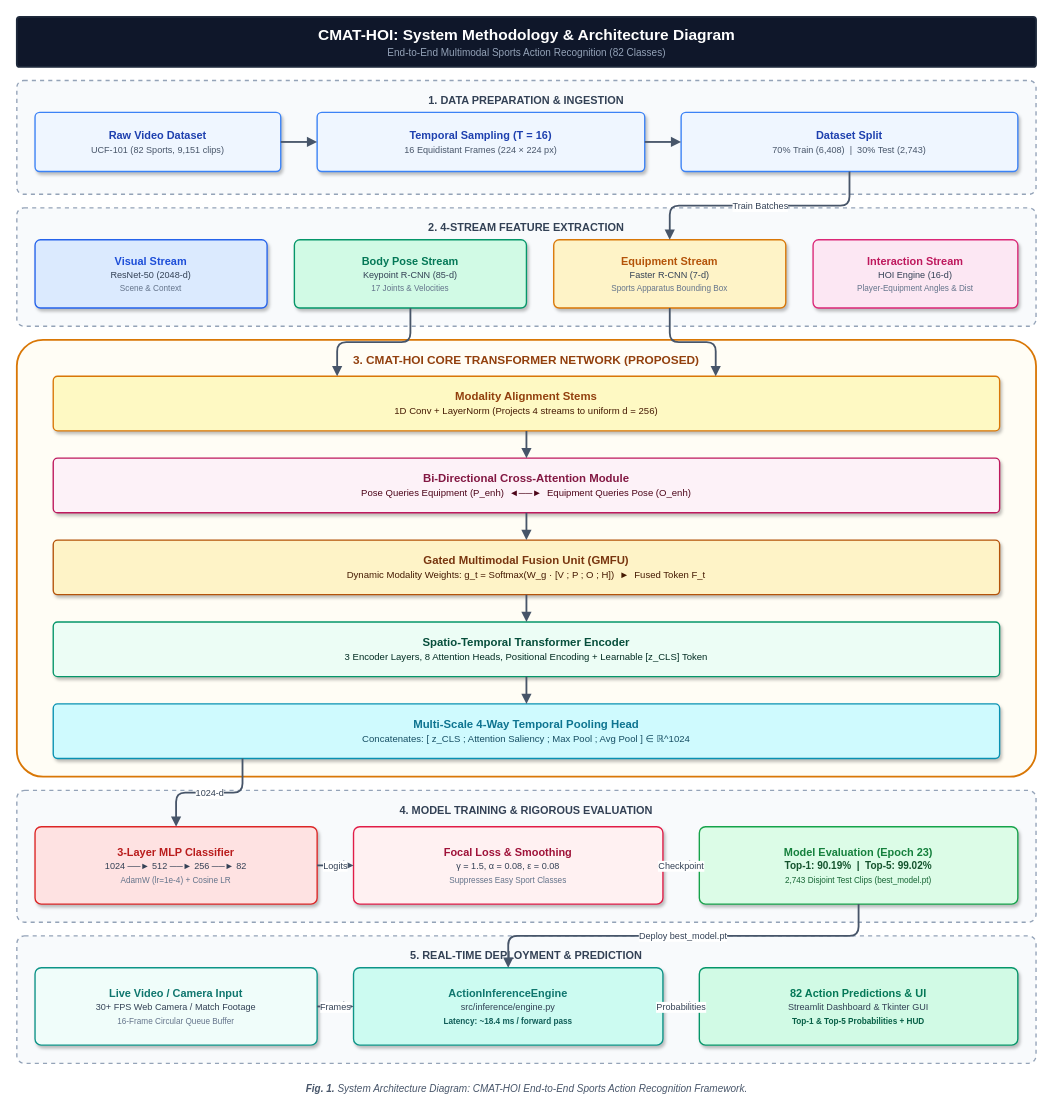
The draw.io diagram diagrams/M7/CMAT_HOI_Methodology_Architecture.drawio in angkon101/Sport-Action-Detection, before the edit. Source tidied: cells renumbered, new cells numbered last; positions are measured from the earlier drawing's top-left corner, leaving out a move shared by most shapes. Both pictures are drawn from the tidied source at 91%, with x=0, y=0 at pixel (16, 16).
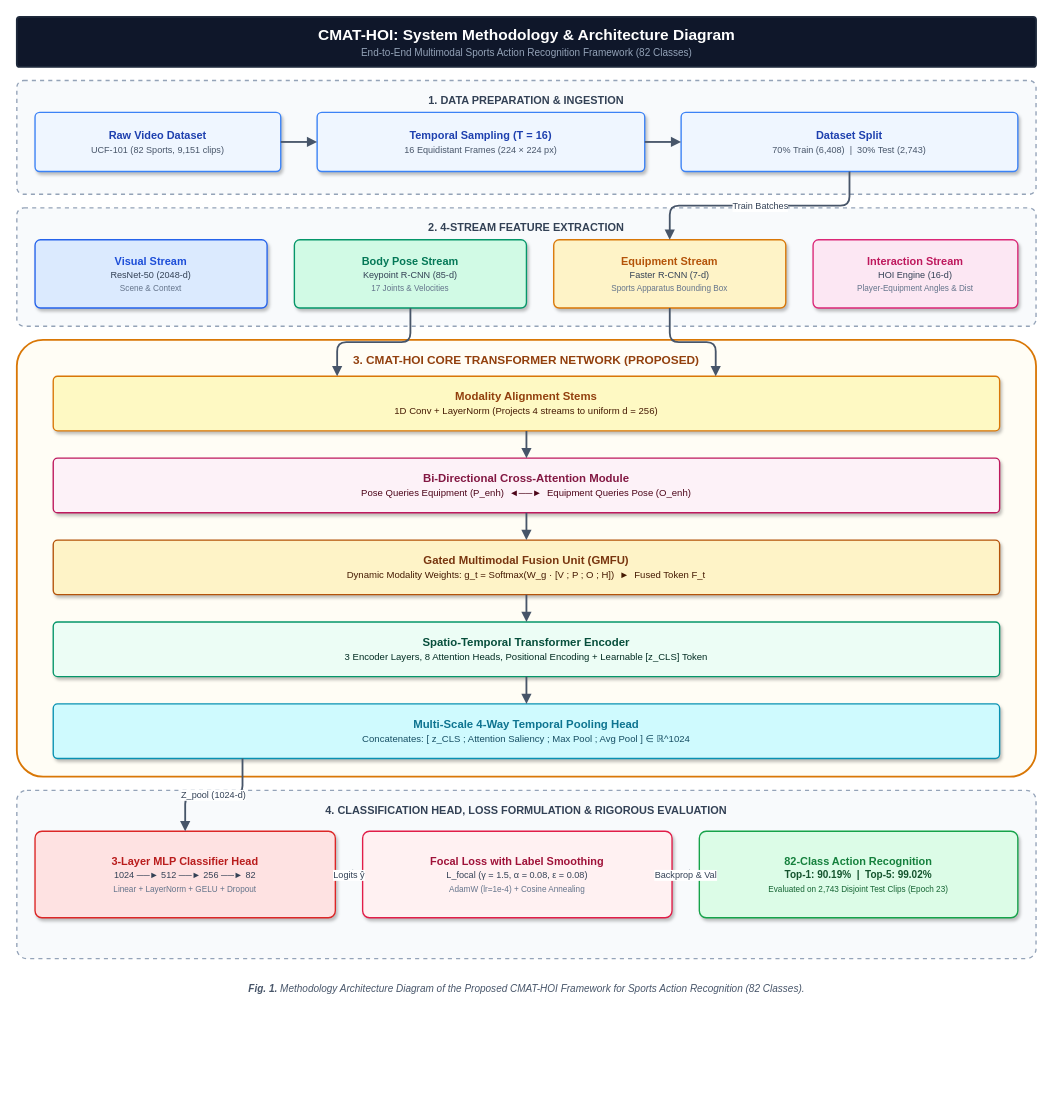
After the change.

Commit message (it also covers changes not shown here):
refactor(diagram): remove deployment stage to focus strictly on core methodology architecture

Unchanged cells that the change refers to:
```xml
<mxCell id="20" value="&lt;b style='font-size:12.5px; color:#0E7490;'&gt;Multi-Scale 4-Way Temporal Pooling Head&lt;/b&gt;&lt;br&gt;&lt;span style='font-size:10.5px; color:#164E63;'&gt;Concatenates: [ z_CLS ; Attention Saliency ; Max Pool ; Avg Pool ] ∈ ℝ^1024&lt;/span&gt;" style="rounded=1;arcSize=8;whiteSpace=wrap;html=1;strokeWidth=1.5;align=center;verticalAlign=middle;shadow=1;fillColor=#CFFAFE;strokeColor=#0891B2;" parent="1" vertex="1">
  <mxGeometry x="40" y="755" width="1040" height="60" as="geometry" />
</mxCell>
```

What changed in the source:
```diff
@@
-    <mxCell id="2" value="&lt;b style='font-size: 17px; color: #FFFFFF;'&gt;CMAT-HOI: System Methodology &amp;amp; Architecture Diagram&lt;/b&gt;&lt;br&gt;&lt;span style='font-size: 11px; color: #94A3B8;'&gt;End-to-End Multimodal Sports Action Recognition (82 Classes)&lt;/span&gt;" style="rounded=1;arcSize=6;fillColor=#0F172A;strokeColor=#1E293B;strokeWidth=2;html=1;align=center;verticalAlign=middle;" parent="1" vertex="1">
+    <mxCell id="2" value="&lt;b style='font-size: 17px; color: #FFFFFF;'&gt;CMAT-HOI: System Methodology &amp;amp; Architecture Diagram&lt;/b&gt;&lt;br&gt;&lt;span style='font-size: 11px; color: #94A3B8;'&gt;End-to-End Multimodal Sports Action Recognition Framework (82 Classes)&lt;/span&gt;" style="rounded=1;arcSize=6;fillColor=#0F172A;strokeColor=#1E293B;strokeWidth=2;html=1;align=center;verticalAlign=middle;" parent="1" vertex="1">
       <mxGeometry width="1120" height="55" as="geometry" />
     </mxCell>
@@
-    <mxCell id="27" value="&lt;b&gt;4. MODEL TRAINING &amp;amp; RIGOROUS EVALUATION&lt;/b&gt;" style="rounded=1;arcSize=6;whiteSpace=wrap;html=1;fillColor=#F8FAFC;strokeColor=#94A3B8;strokeWidth=1.5;dashed=1;verticalAlign=top;spacingTop=8;fontStyle=1;fontSize=12;fontColor=#334155;" parent="1" vertex="1">
-      <mxGeometry y="850" width="1120" height="145" as="geometry" />
+    <mxCell id="27" value="&lt;b&gt;4. CLASSIFICATION HEAD, LOSS FORMULATION &amp;amp; RIGOROUS EVALUATION&lt;/b&gt;" style="rounded=1;arcSize=6;whiteSpace=wrap;html=1;fillColor=#F8FAFC;strokeColor=#94A3B8;strokeWidth=1.5;dashed=1;verticalAlign=top;spacingTop=8;fontStyle=1;fontSize=12;fontColor=#334155;" parent="1" vertex="1">
+      <mxGeometry y="850" width="1120" height="185" as="geometry" />
     </mxCell>
-    <mxCell id="28" value="&lt;b style='font-size:12px; color:#B91C1C;'&gt;3-Layer MLP Classifier&lt;/b&gt;&lt;br&gt;&lt;span style='font-size:10px; color:#334155;'&gt;1024 ──► 512 ──► 256 ──► 82&lt;/span&gt;&lt;br&gt;&lt;font style='font-size:9px; color:#64748B;'&gt;AdamW (lr=1e-4) + Cosine LR&lt;/font&gt;" style="rounded=1;arcSize=8;whiteSpace=wrap;html=1;strokeWidth=1.5;align=center;verticalAlign=middle;shadow=1;fillColor=#FEE2E2;strokeColor=#DC2626;" parent="1" vertex="1">
-      <mxGeometry x="20" y="890" width="310" height="85" as="geometry" />
+    <mxCell id="28" value="&lt;b style='font-size:12px; color:#B91C1C;'&gt;3-Layer MLP Classifier Head&lt;/b&gt;&lt;br&gt;&lt;span style='font-size:10px; color:#334155;'&gt;1024 ──► 512 ──► 256 ──► 82&lt;/span&gt;&lt;br&gt;&lt;font style='font-size:9px; color:#64748B;'&gt;Linear + LayerNorm + GELU + Dropout&lt;/font&gt;" style="rounded=1;arcSize=8;whiteSpace=wrap;html=1;strokeWidth=1.5;align=center;verticalAlign=middle;shadow=1;fillColor=#FEE2E2;strokeColor=#DC2626;" parent="1" vertex="1">
+      <mxGeometry x="20" y="895" width="330" height="95" as="geometry" />
     </mxCell>
-    <mxCell id="29" value="&lt;b style='font-size:12px; color:#9F1239;'&gt;Focal Loss &amp;amp; Smoothing&lt;/b&gt;&lt;br&gt;&lt;span style='font-size:10px; color:#334155;'&gt;γ = 1.5, α = 0.08, ε = 0.08&lt;/span&gt;&lt;br&gt;&lt;font style='font-size:9px; color:#64748B;'&gt;Suppresses Easy Sport Classes&lt;/font&gt;" style="rounded=1;arcSize=8;whiteSpace=wrap;html=1;strokeWidth=1.5;align=center;verticalAlign=middle;shadow=1;fillColor=#FFF1F2;strokeColor=#E11D48;" parent="1" vertex="1">
-      <mxGeometry x="370" y="890" width="340" height="85" as="geometry" />
+    <mxCell id="29" value="&lt;b style='font-size:12px; color:#9F1239;'&gt;Focal Loss with Label Smoothing&lt;/b&gt;&lt;br&gt;&lt;span style='font-size:10px; color:#334155;'&gt;L_focal (γ = 1.5, α = 0.08, ε = 0.08)&lt;/span&gt;&lt;br&gt;&lt;font style='font-size:9px; color:#64748B;'&gt;AdamW (lr=1e-4) + Cosine Annealing&lt;/font&gt;" style="rounded=1;arcSize=8;whiteSpace=wrap;html=1;strokeWidth=1.5;align=center;verticalAlign=middle;shadow=1;fillColor=#FFF1F2;strokeColor=#E11D48;" parent="1" vertex="1">
+      <mxGeometry x="380" y="895" width="340" height="95" as="geometry" />
     </mxCell>
-    <mxCell id="30" value="&lt;b style='font-size:12px; color:#15803D;'&gt;Model Evaluation (Epoch 23)&lt;/b&gt;&lt;br&gt;&lt;span style='font-size:11px; font-weight:bold; color:#14532D;'&gt;Top-1: 90.19% &amp;nbsp;|&amp;nbsp; Top-5: 99.02%&lt;/span&gt;&lt;br&gt;&lt;font style='font-size:9px; color:#166534;'&gt;2,743 Disjoint Test Clips (best_model.pt)&lt;/font&gt;" style="rounded=1;arcSize=8;whiteSpace=wrap;html=1;strokeWidth=1.5;align=center;verticalAlign=middle;shadow=1;fillColor=#DCFCE7;strokeColor=#16A34A;" parent="1" vertex="1">
-      <mxGeometry x="750" y="890" width="350" height="85" as="geometry" />
+    <mxCell id="30" value="&lt;b style='font-size:12px; color:#15803D;'&gt;82-Class Action Recognition&lt;/b&gt;&lt;br&gt;&lt;span style='font-size:11px; font-weight:bold; color:#14532D;'&gt;Top-1: 90.19% &amp;nbsp;|&amp;nbsp; Top-5: 99.02%&lt;/span&gt;&lt;br&gt;&lt;font style='font-size:9px; color:#166534;'&gt;Evaluated on 2,743 Disjoint Test Clips (Epoch 23)&lt;/font&gt;" style="rounded=1;arcSize=8;whiteSpace=wrap;html=1;strokeWidth=1.5;align=center;verticalAlign=middle;shadow=1;fillColor=#DCFCE7;strokeColor=#16A34A;" parent="1" vertex="1">
+      <mxGeometry x="750" y="895" width="350" height="95" as="geometry" />
     </mxCell>
-    <mxCell id="31" value="1024-d" style="edgeStyle=orthogonalEdgeStyle;rounded=1;jettySize=auto;html=1;strokeColor=#475569;strokeWidth=2;endArrow=block;endFill=1;fontSize=10;fontColor=#334155;exitX=0.2;exitY=1.0;exitDx=0;exitDy=0;entryX=0.5;entryY=0.0;entryDx=0;entryDy=0;" parent="1" edge="1" source="20" target="28">
+    <mxCell id="31" value="Z_pool (1024-d)" style="edgeStyle=orthogonalEdgeStyle;rounded=1;jettySize=auto;html=1;strokeColor=#475569;strokeWidth=2;endArrow=block;endFill=1;fontSize=10;fontColor=#334155;exitX=0.2;exitY=1.0;exitDx=0;exitDy=0;entryX=0.5;entryY=0.0;entryDx=0;entryDy=0;" parent="1" edge="1" source="20" target="28">
       <mxGeometry relative="1" as="geometry" />
     </mxCell>
-    <mxCell id="32" value="Logits" style="edgeStyle=orthogonalEdgeStyle;rounded=1;jettySize=auto;html=1;strokeColor=#475569;strokeWidth=2;endArrow=block;endFill=1;fontSize=10;fontColor=#334155;" parent="1" edge="1" source="28" target="29">
+    <mxCell id="32" value="Logits ŷ" style="edgeStyle=orthogonalEdgeStyle;rounded=1;jettySize=auto;html=1;strokeColor=#475569;strokeWidth=2;endArrow=block;endFill=1;fontSize=10;fontColor=#334155;" parent="1" edge="1" source="28" target="29">
       <mxGeometry relative="1" as="geometry" />
     </mxCell>
-    <mxCell id="33" value="Checkpoint" style="edgeStyle=orthogonalEdgeStyle;rounded=1;jettySize=auto;html=1;strokeColor=#475569;strokeWidth=2;endArrow=block;endFill=1;fontSize=10;fontColor=#334155;" parent="1" edge="1" source="29" target="30">
+    <mxCell id="33" value="Backprop &amp; Val" style="edgeStyle=orthogonalEdgeStyle;rounded=1;jettySize=auto;html=1;strokeColor=#475569;strokeWidth=2;endArrow=block;endFill=1;fontSize=10;fontColor=#334155;" parent="1" edge="1" source="29" target="30">
       <mxGeometry relative="1" as="geometry" />
     </mxCell>
-    <mxCell id="34" value="&lt;b&gt;5. REAL-TIME DEPLOYMENT &amp;amp; PREDICTION&lt;/b&gt;" style="rounded=1;arcSize=6;whiteSpace=wrap;html=1;fillColor=#F8FAFC;strokeColor=#94A3B8;strokeWidth=1.5;dashed=1;verticalAlign=top;spacingTop=8;fontStyle=1;fontSize=12;fontColor=#334155;" parent="1" vertex="1">
-      <mxGeometry y="1010" width="1120" height="140" as="geometry" />
-    </mxCell>
-    <mxCell id="35" value="&lt;b style='font-size:12px; color:#0F766E;'&gt;Live Video / Camera Input&lt;/b&gt;&lt;br&gt;&lt;span style='font-size:10px; color:#334155;'&gt;30+ FPS Web Camera / Match Footage&lt;/span&gt;&lt;br&gt;&lt;font style='font-size:9px; color:#64748B;'&gt;16-Frame Circular Queue Buffer&lt;/font&gt;" style="rounded=1;arcSize=8;whiteSpace=wrap;html=1;strokeWidth=1.5;align=center;verticalAlign=middle;shadow=1;fillColor=#F0FDFA;strokeColor=#0D9488;" parent="1" vertex="1">
-      <mxGeometry x="20" y="1045" width="310" height="85" as="geometry" />
-    </mxCell>
-    <mxCell id="36" value="&lt;b style='font-size:12px; color:#0F766E;'&gt;ActionInferenceEngine&lt;/b&gt;&lt;br&gt;&lt;span style='font-size:10px; color:#334155;'&gt;src/inference/engine.py&lt;/span&gt;&lt;br&gt;&lt;font style='font-size:9px; color:#115E59; font-weight:bold;'&gt;Latency: ~18.4 ms / forward pass&lt;/font&gt;" style="rounded=1;arcSize=8;whiteSpace=wrap;html=1;strokeWidth=1.5;align=center;verticalAlign=middle;shadow=1;fillColor=#CCFBF1;strokeColor=#0D9488;" parent="1" vertex="1">
-      <mxGeometry x="370" y="1045" width="340" height="85" as="geometry" />
-    </mxCell>
-    <mxCell id="37" value="&lt;b style='font-size:12px; color:#047857;'&gt;82 Action Predictions &amp;amp; UI&lt;/b&gt;&lt;br&gt;&lt;span style='font-size:10px; color:#334155;'&gt;Streamlit Dashboard &amp;amp; Tkinter GUI&lt;/span&gt;&lt;br&gt;&lt;font style='font-size:9px; color:#065F46; font-weight:bold;'&gt;Top-1 &amp;amp; Top-5 Probabilities + HUD&lt;/font&gt;" style="rounded=1;arcSize=8;whiteSpace=wrap;html=1;strokeWidth=1.5;align=center;verticalAlign=middle;shadow=1;fillColor=#D1FAE5;strokeColor=#059669;" parent="1" vertex="1">
-      <mxGeometry x="750" y="1045" width="350" height="85" as="geometry" />
-    </mxCell>
-    <mxCell id="38" value="Deploy best_model.pt" style="edgeStyle=orthogonalEdgeStyle;rounded=1;jettySize=auto;html=1;strokeColor=#475569;strokeWidth=2;endArrow=block;endFill=1;fontSize=10;fontColor=#334155;exitX=0.5;exitY=1.0;exitDx=0;exitDy=0;entryX=0.5;entryY=0.0;entryDx=0;entryDy=0;" parent="1" edge="1" source="30" target="36">
-      <mxGeometry relative="1" as="geometry" />
-    </mxCell>
-    <mxCell id="39" value="Frames" style="edgeStyle=orthogonalEdgeStyle;rounded=1;jettySize=auto;html=1;strokeColor=#475569;strokeWidth=2;endArrow=block;endFill=1;fontSize=10;fontColor=#334155;" parent="1" edge="1" source="35" target="36">
-      <mxGeometry relative="1" as="geometry" />
-    </mxCell>
-    <mxCell id="40" value="Probabilities" style="edgeStyle=orthogonalEdgeStyle;rounded=1;jettySize=auto;html=1;strokeColor=#475569;strokeWidth=2;endArrow=block;endFill=1;fontSize=10;fontColor=#334155;" parent="1" edge="1" source="36" target="37">
-      <mxGeometry relative="1" as="geometry" />
-    </mxCell>
-    <mxCell id="41" value="&lt;b&gt;Fig. 1.&lt;/b&gt; System Architecture Diagram: CMAT-HOI End-to-End Sports Action Recognition Framework." style="text;html=1;align=center;verticalAlign=middle;fontSize=11;fontColor=#475569;fontStyle=2;" parent="1" vertex="1">
-      <mxGeometry y="1165" width="1120" height="25" as="geometry" />
+    <mxCell id="41" value="&lt;b&gt;Fig. 1.&lt;/b&gt; Methodology Architecture Diagram of the Proposed CMAT-HOI Framework for Sports Action Recognition (82 Classes)." style="text;html=1;align=center;verticalAlign=middle;fontSize=11;fontColor=#475569;fontStyle=2;" parent="1" vertex="1">
+      <mxGeometry y="1055" width="1120" height="25" as="geometry" />
     </mxCell>
```
